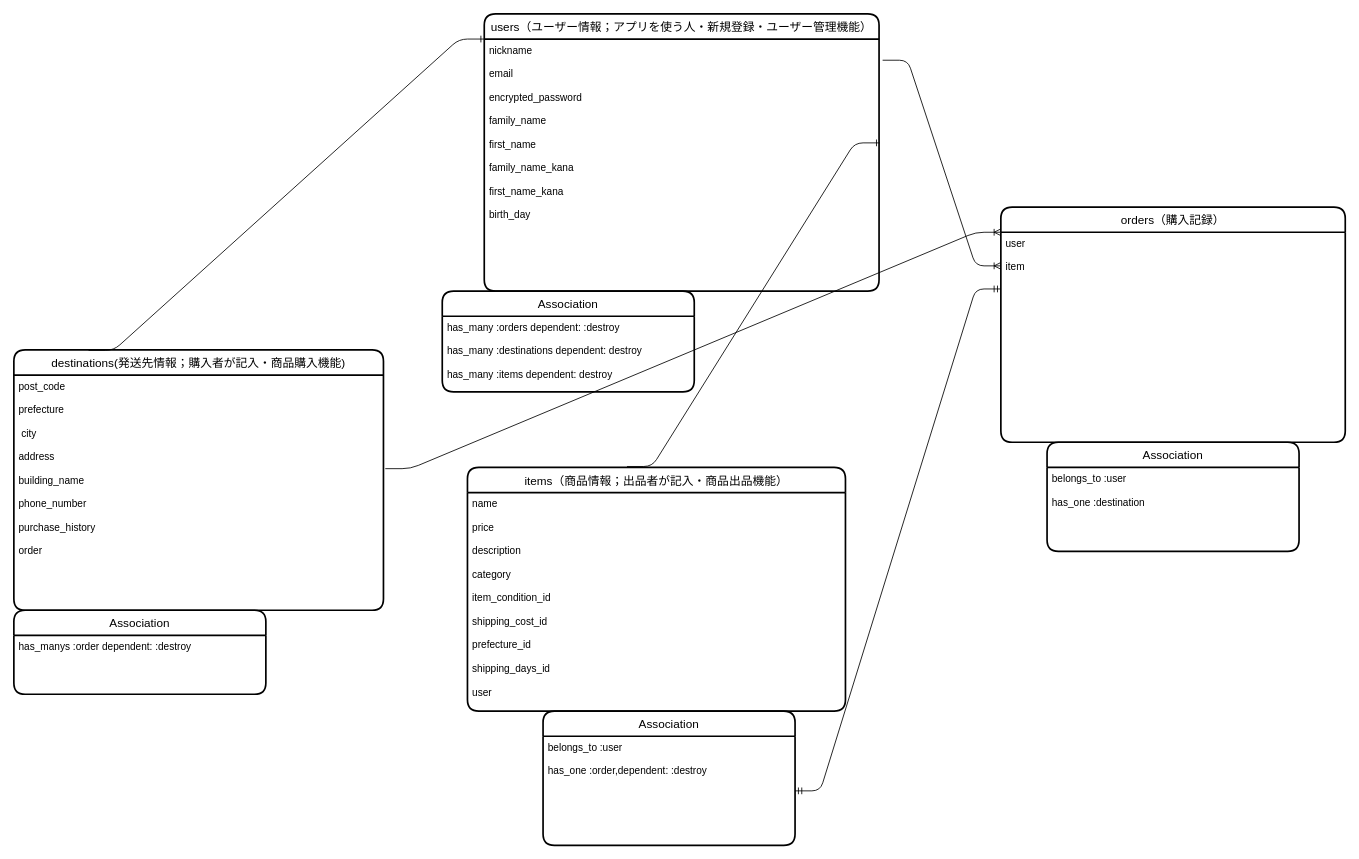
This is furima.dio from donrow007/furima-38283, a draw.io file, before an edit. Source tidied: cells renumbered, new cells numbered last; positions are measured from the earlier drawing's top-left corner, leaving out a move shared by most shapes. Both pictures are drawn from the tidied source at 84%, with x=0, y=0 at pixel (13, 13).
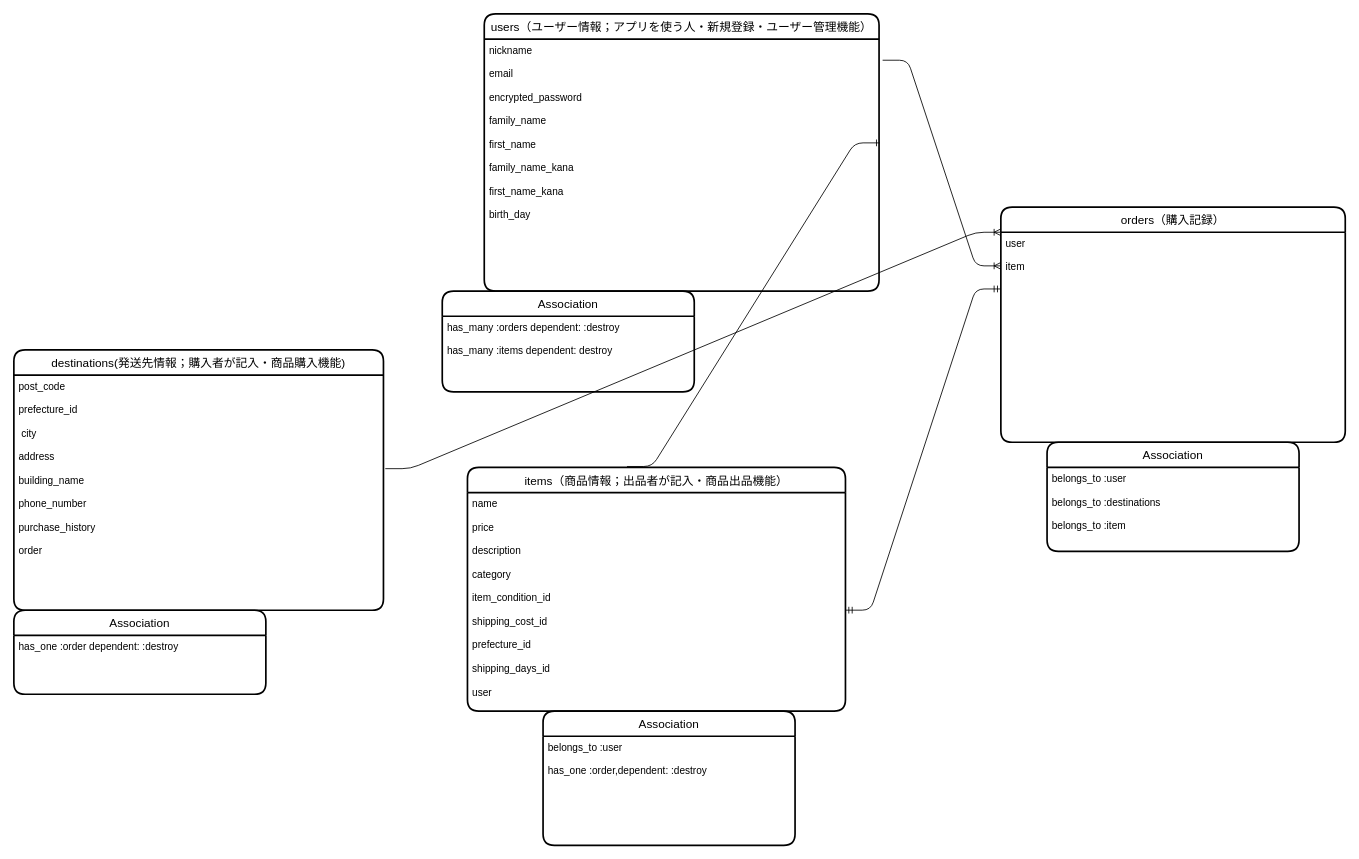
The same diagram, later.

Unchanged cells that the change refers to:
```xml
<mxCell id="3" value="user&#10;&#10;item&#10;&#10;" style="align=left;strokeColor=none;fillColor=none;spacingLeft=4;fontSize=12;verticalAlign=top;" parent="2" vertex="1">
  <mxGeometry y="30" width="410" height="90" as="geometry" />
</mxCell>
<mxCell id="6" value="name&#10;&#10;price&#10;&#10;description&#10;&#10;category           &#10;&#10;item_condition_id&#10;     &#10;shipping_cost_id&#10;&#10;prefecture_id&#10;&#10;shipping_days_id&#10; &#10;user               &#10;&#10;&#10;&#10;" style="align=left;strokeColor=none;fillColor=none;spacingLeft=4;fontSize=12;verticalAlign=top;" parent="5" vertex="1">
  <mxGeometry y="30" width="450" height="260" as="geometry" />
</mxCell>
<mxCell id="7" value="destinations(発送先情報；購入者が記入・商品購入機能)" style="swimlane;horizontal=1;startSize=30;rounded=1;fontSize=14;fontStyle=0;strokeWidth=2;shadow=0;dashed=0;align=center;" parent="1" vertex="1">
  <mxGeometry y="400" width="440" height="310" as="geometry" />
</mxCell>
<mxCell id="10" value="nickname&#10;&#10;email&#10;&#10;encrypted_password&#10;&#10;family_name&#10;&#10;first_name&#10;&#10;family_name_kana&#10;&#10;first_name_kana&#10;&#10;birth_day&#10;&#10;" style="align=left;strokeColor=none;fillColor=none;spacingLeft=4;fontSize=12;verticalAlign=top;" parent="9" vertex="1">
  <mxGeometry y="30" width="470" height="300" as="geometry" />
</mxCell>
<mxCell id="11" value="Association" style="swimlane;horizontal=1;startSize=30;rounded=1;fontSize=14;fontStyle=0;strokeWidth=2;shadow=0;dashed=0;align=center;" parent="1" vertex="1">
  <mxGeometry x="510" y="330" width="300" height="120" as="geometry" />
</mxCell>
<mxCell id="13" value="Association" style="swimlane;horizontal=1;startSize=30;rounded=1;fontSize=14;fontStyle=0;strokeWidth=2;shadow=0;dashed=0;align=center;" parent="1" vertex="1">
  <mxGeometry x="1230" y="510" width="300" height="130" as="geometry" />
</mxCell>
<mxCell id="16" value="belongs_to :user &#10;&#10;has_one :order,dependent: :destroy" style="align=left;strokeColor=none;fillColor=none;spacingLeft=4;fontSize=12;verticalAlign=top;" parent="15" vertex="1">
  <mxGeometry y="30" width="300" height="130" as="geometry" />
</mxCell>
<mxCell id="21" value="Association" style="swimlane;horizontal=1;startSize=30;rounded=1;fontSize=14;fontStyle=0;strokeWidth=2;shadow=0;dashed=0;align=center;" parent="1" vertex="1">
  <mxGeometry y="710" width="300" height="100" as="geometry" />
</mxCell>
```

What changed in the source:
```diff
@@
-    <mxCell id="8" value="post_code&#10;&#10;prefecture&#10;&#10; city  &#10;&#10;address &#10;          &#10;building_name&#10;      &#10;phone_number&#10;      &#10;purchase_history&#10;&#10;order&#10;&#10;&#10;&#10;&#10;" style="align=left;strokeColor=none;fillColor=none;spacingLeft=4;fontSize=12;verticalAlign=top;" parent="7" vertex="1">
+    <mxCell id="8" value="post_code&#10;&#10;prefecture_id&#10;&#10; city  &#10;&#10;address &#10;          &#10;building_name&#10;      &#10;phone_number&#10;      &#10;purchase_history&#10;&#10;order&#10;&#10;&#10;&#10;&#10;" style="align=left;strokeColor=none;fillColor=none;spacingLeft=4;fontSize=12;verticalAlign=top;" parent="7" vertex="1">
       <mxGeometry y="30" width="440" height="280" as="geometry" />
     </mxCell>
@@
-    <mxCell id="12" value="has_many :orders dependent: :destroy&#10;&#10;has_many :destinations dependent: destroy&#10;&#10;has_many :items dependent: destroy" style="align=left;strokeColor=none;fillColor=none;spacingLeft=4;fontSize=12;verticalAlign=top;" parent="11" vertex="1">
+    <mxCell id="12" value="has_many :orders dependent: :destroy&#10;&#10;has_many :items dependent: destroy" style="align=left;strokeColor=none;fillColor=none;spacingLeft=4;fontSize=12;verticalAlign=top;" parent="11" vertex="1">
       <mxGeometry y="30" width="300" height="90" as="geometry" />
     </mxCell>
@@
-    <mxCell id="14" value="belongs_to :user&#10;&#10;has_one :destination&#10;" style="align=left;strokeColor=none;fillColor=none;spacingLeft=4;fontSize=12;verticalAlign=top;" parent="13" vertex="1">
+    <mxCell id="14" value="belongs_to :user&#10;&#10;belongs_to :destinations&#10;&#10;belongs_to :item" style="align=left;strokeColor=none;fillColor=none;spacingLeft=4;fontSize=12;verticalAlign=top;" parent="13" vertex="1">
       <mxGeometry y="30" width="300" height="100" as="geometry" />
     </mxCell>
@@
-    <mxCell id="19" style="edgeStyle=entityRelationEdgeStyle;fontSize=12;html=1;endArrow=ERmandOne;startArrow=ERmandOne;exitX=1;exitY=0.5;exitDx=0;exitDy=0;entryX=0;entryY=0.75;entryDx=0;entryDy=0;" parent="1" edge="1" source="16" target="3">
+    <mxCell id="19" style="edgeStyle=entityRelationEdgeStyle;fontSize=12;html=1;endArrow=ERmandOne;startArrow=ERmandOne;exitX=1;exitY=0.538;exitDx=0;exitDy=0;entryX=0;entryY=0.75;entryDx=0;entryDy=0;exitPerimeter=0;" parent="1" edge="1" source="6" target="3">
       <mxGeometry relative="1" as="geometry" />
     </mxCell>
@@
-    <mxCell id="22" value="has_manys :order dependent: :destroy&#10;&#10;" style="align=left;strokeColor=none;fillColor=none;spacingLeft=4;fontSize=12;verticalAlign=top;" parent="21" vertex="1">
+    <mxCell id="22" value="has_one :order dependent: :destroy&#10;&#10;" style="align=left;strokeColor=none;fillColor=none;spacingLeft=4;fontSize=12;verticalAlign=top;" parent="21" vertex="1">
       <mxGeometry y="30" width="300" height="70" as="geometry" />
     </mxCell>
-    <mxCell id="23" style="edgeStyle=entityRelationEdgeStyle;fontSize=12;html=1;endArrow=ERone;endFill=1;exitX=0.202;exitY=0.002;exitDx=0;exitDy=0;entryX=0;entryY=0;entryDx=0;entryDy=0;exitPerimeter=0;" parent="1" edge="1" source="7" target="10">
-      <mxGeometry relative="1" as="geometry" />
-    </mxCell>
```
